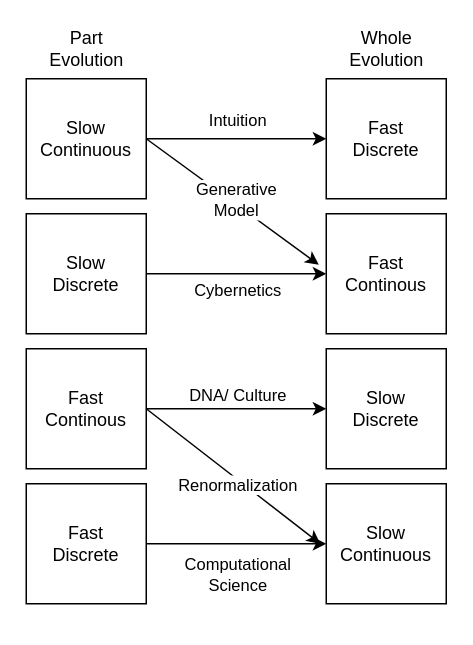
Earlier version of the draw.io diagram fastslow.drawio (codeaudit/1). Source tidied: cells renumbered, new cells numbered last; positions are measured from the earlier drawing's top-left corner, leaving out a move shared by most shapes. Both pictures are drawn from the tidied source at 150%, with x=0, y=0 at pixel (26, 26).
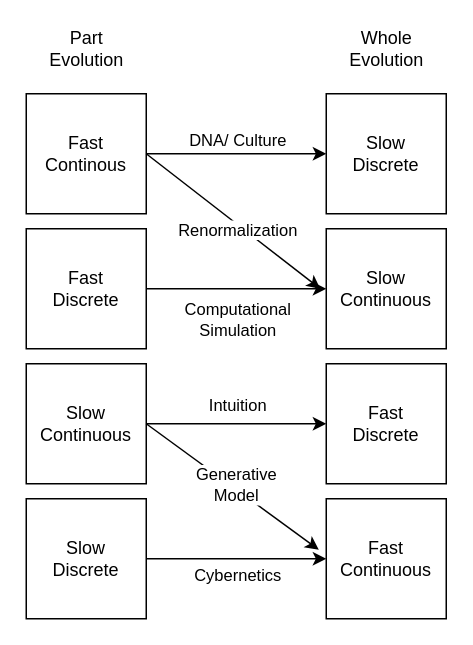
After the change.

What changed in the source:
```diff
@@
     <mxCell id="4" value="Slow&lt;br&gt;Continuous" style="whiteSpace=wrap;html=1;" parent="1" vertex="1">
-      <mxGeometry y="35" width="80" height="80" as="geometry" />
+      <mxGeometry y="225" width="80" height="80" as="geometry" />
     </mxCell>
     <mxCell id="5" value="Fast&lt;br&gt;Discrete" style="whiteSpace=wrap;html=1;" parent="1" vertex="1">
-      <mxGeometry x="200" y="35" width="80" height="80" as="geometry" />
+      <mxGeometry x="200" y="225" width="80" height="80" as="geometry" />
     </mxCell>
@@
     <mxCell id="8" value="Slow&lt;br&gt;Discrete" style="whiteSpace=wrap;html=1;" parent="1" vertex="1">
-      <mxGeometry y="125" width="80" height="80" as="geometry" />
+      <mxGeometry y="315" width="80" height="80" as="geometry" />
     </mxCell>
-    <mxCell id="9" value="Fast&lt;br&gt;Continous" style="whiteSpace=wrap;html=1;" parent="1" vertex="1">
-      <mxGeometry x="200" y="125" width="80" height="80" as="geometry" />
+    <mxCell id="9" value="Fast&lt;br&gt;Continuous" style="whiteSpace=wrap;html=1;" parent="1" vertex="1">
+      <mxGeometry x="200" y="315" width="80" height="80" as="geometry" />
     </mxCell>
@@
     <mxCell id="14" value="Fast&lt;br&gt;Continous" style="whiteSpace=wrap;html=1;" parent="1" vertex="1">
-      <mxGeometry y="215" width="80" height="80" as="geometry" />
+      <mxGeometry y="45" width="80" height="80" as="geometry" />
     </mxCell>
     <mxCell id="15" style="edgeStyle=orthogonalEdgeStyle;rounded=0;jettySize=auto;html=1;exitX=1;exitY=0.5;exitDx=0;exitDy=0;entryX=0;entryY=0.5;entryDx=0;entryDy=0;" parent="1" edge="1" source="17" target="19">
       <mxGeometry relative="1" as="geometry">
         <Array as="points">
-          <mxPoint x="140" y="345" />
-          <mxPoint x="140" y="345" />
+          <mxPoint x="140" y="175" />
+          <mxPoint x="140" y="175" />
         </Array>
       </mxGeometry>
     </mxCell>
-    <mxCell id="16" value="Computational&lt;br&gt;Science&lt;br&gt;" style="edgeLabel;html=1;align=center;verticalAlign=middle;" parent="15" vertex="1">
+    <mxCell id="16" value="Computational&lt;br&gt;Simulation" style="edgeLabel;html=1;align=center;verticalAlign=middle;" parent="15" vertex="1">
       <mxGeometry x="0.3" y="2" relative="1" as="geometry">
         <mxPoint x="-18" y="22" as="offset" />
       </mxGeometry>
     </mxCell>
     <mxCell id="17" value="Fast&lt;br&gt;Discrete" style="whiteSpace=wrap;html=1;" parent="1" vertex="1">
-      <mxGeometry y="305" width="80" height="80" as="geometry" />
+      <mxGeometry y="135" width="80" height="80" as="geometry" />
     </mxCell>
     <mxCell id="18" value="Slow&lt;br&gt;Discrete" style="whiteSpace=wrap;html=1;" parent="1" vertex="1">
-      <mxGeometry x="200" y="215" width="80" height="80" as="geometry" />
+      <mxGeometry x="200" y="45" width="80" height="80" as="geometry" />
     </mxCell>
     <mxCell id="19" value="Slow&lt;br&gt;Continuous" style="whiteSpace=wrap;html=1;" parent="1" vertex="1">
-      <mxGeometry x="200" y="305" width="80" height="80" as="geometry" />
+      <mxGeometry x="200" y="135" width="80" height="80" as="geometry" />
     </mxCell>
@@
     <mxCell id="22" style="endArrow=classic;html=1;exitX=1;exitY=0.5;exitDx=0;exitDy=0;" parent="1" edge="1" source="14">
       <mxGeometry relative="1" as="geometry">
-        <mxPoint x="196" y="345" as="targetPoint" />
+        <mxPoint x="196" y="175" as="targetPoint" />
       </mxGeometry>
     </mxCell>
```
